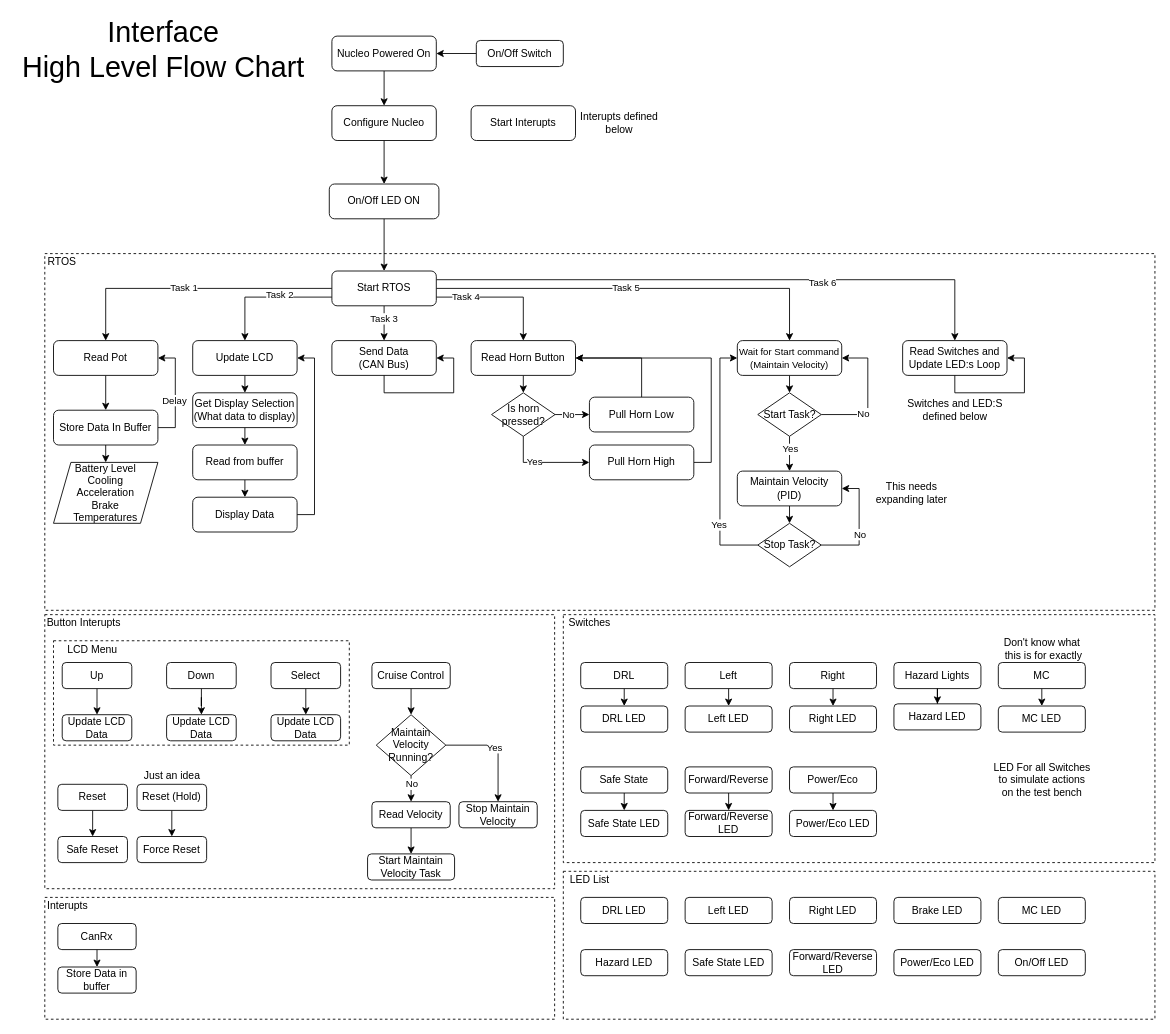
The draw.io diagram page "Interface - High Level" (1 of 3) of Block diagrams/TestBenchFlowChart.drawio in Mojitas/MUST-Autonics, before the edit. Source tidied: cells renumbered, new cells numbered last; positions are measured from the earlier drawing's top-left corner, leaving out a move shared by most shapes. Both pictures are drawn from the tidied source at 87%, with x=0, y=0 at pixel (15, 27).
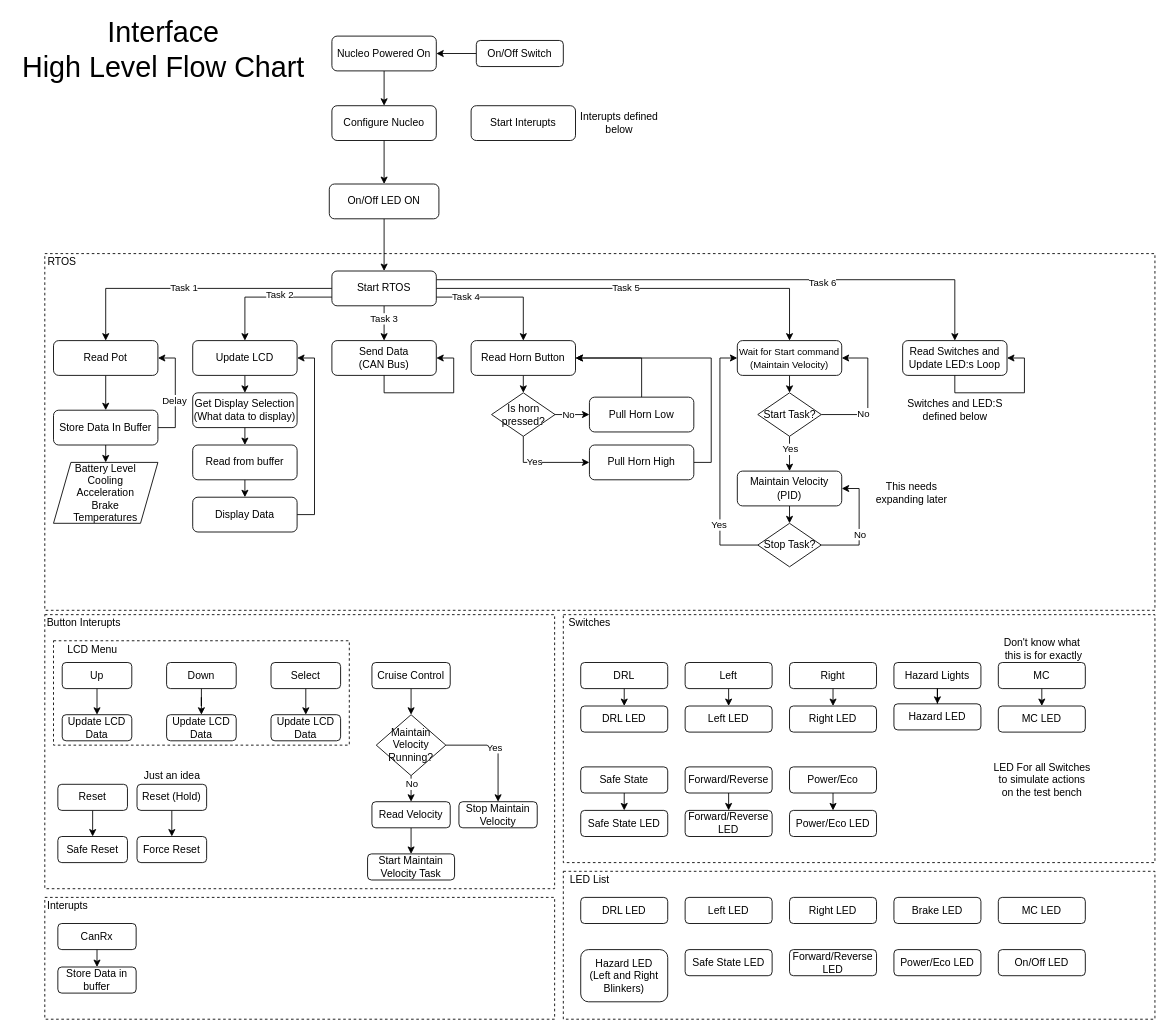
Above is the later version.

What changed in the source:
```diff
@@
-    <mxCell id="138" value="Hazard LED" style="rounded=1;whiteSpace=wrap;html=1;fontSize=12;glass=0;strokeWidth=1;shadow=0;" parent="1" vertex="1">
-      <mxGeometry x="650" y="1060" width="100" height="30" as="geometry" />
+    <mxCell id="138" value="Hazard LED&lt;br&gt;(Left and Right Blinkers)" style="rounded=1;whiteSpace=wrap;html=1;fontSize=12;glass=0;strokeWidth=1;shadow=0;" parent="1" vertex="1">
+      <mxGeometry x="650" y="1060" width="100" height="60" as="geometry" />
     </mxCell>
```
